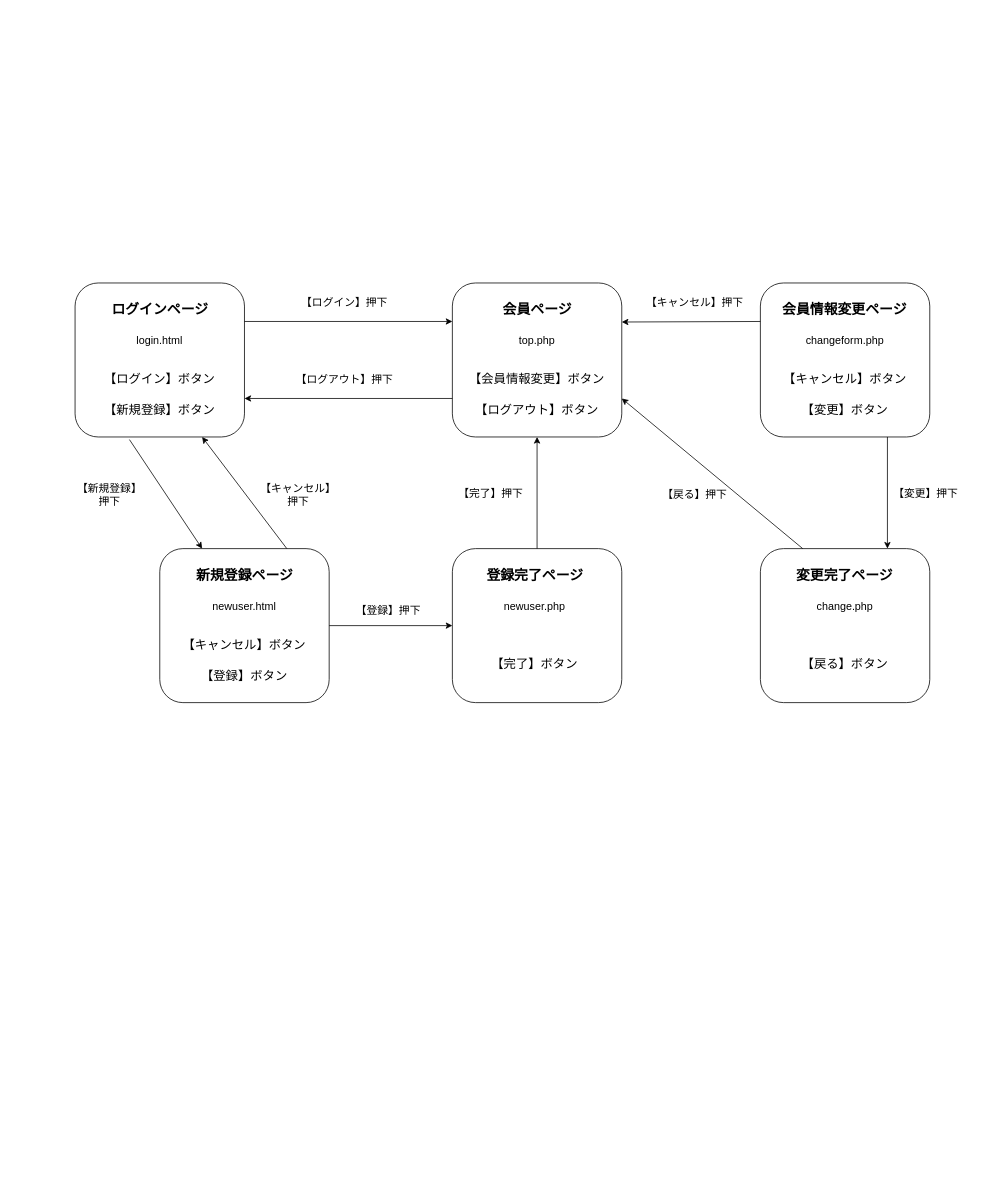
The draw.io diagram 画面遷移図.dio in 0096iori/Ajax, before the edit. Source tidied: cells renumbered, new cells numbered last; positions are measured from the earlier drawing's top-left corner, leaving out a move shared by most shapes. Both pictures are drawn from the tidied source at 77%, with x=0, y=0 at pixel (75, 283).
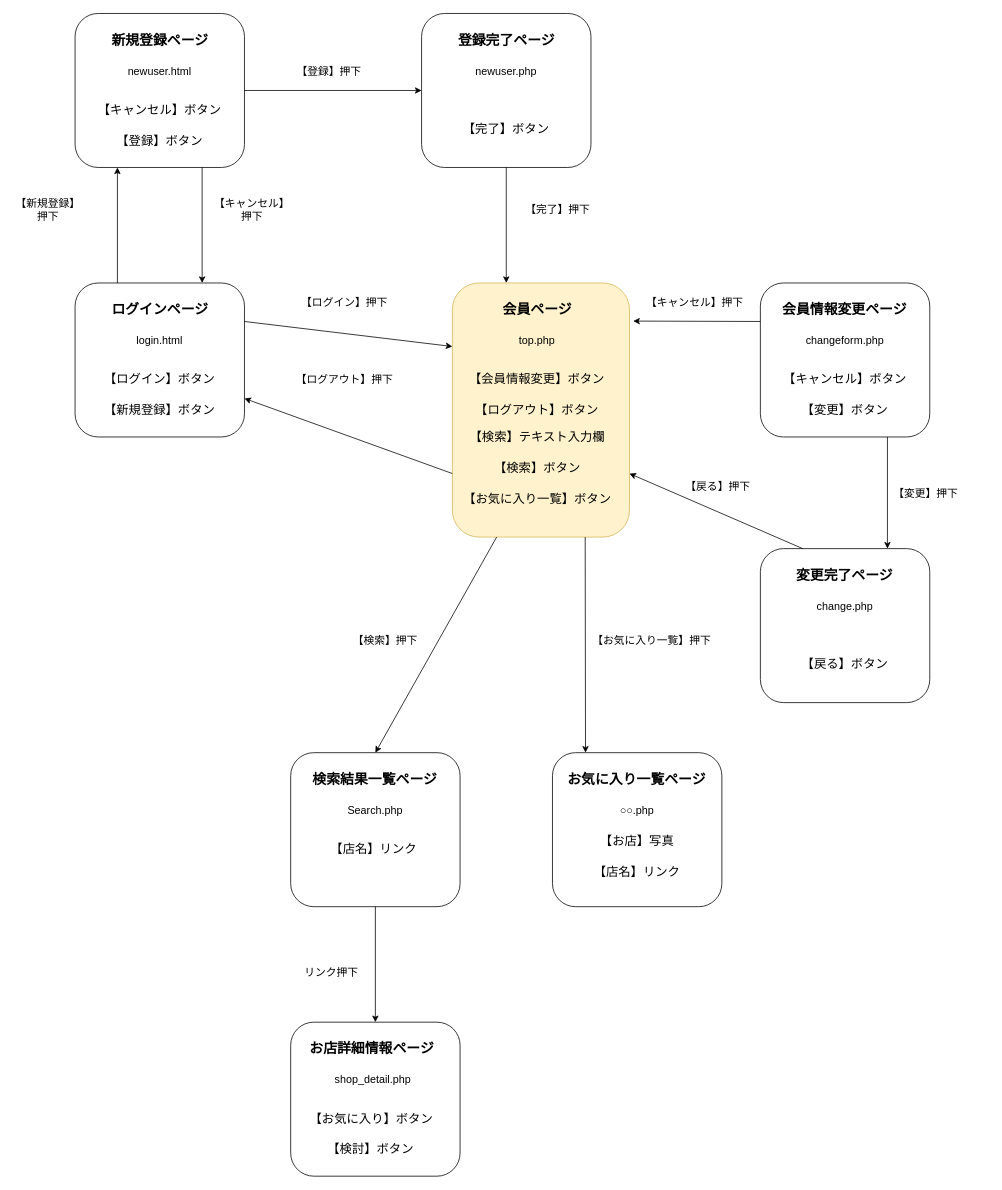
Above is the later version.

Commit message:
updata：画面遷移図

The change refers to these unchanged cells:
```xml
<mxCell id="3" style="group;" parent="2" vertex="1">
  <mxGeometry width="1186" height="545" as="geometry" />
</mxCell>
<mxCell id="13" style="rounded=1;whiteSpace=wrap;html=1;" parent="12" vertex="1">
  <mxGeometry width="220" height="200" as="geometry" />
</mxCell>
<mxCell id="40" style="rounded=1;whiteSpace=wrap;html=1;" parent="39" vertex="1">
  <mxGeometry width="220" height="200" as="geometry" />
</mxCell>
```

What changed in the source:
```diff
@@
+    <mxCell id="56" style="rounded=1;whiteSpace=wrap;html=1;" parent="1" vertex="1">
+      <mxGeometry x="280" y="960" width="220" height="200" as="geometry" />
+    </mxCell>
@@
-    <mxCell id="4" style="rounded=1;whiteSpace=wrap;html=1;" parent="3" vertex="1">
-      <mxGeometry x="490" y="345" width="220" height="200" as="geometry" />
-    </mxCell>
@@
     <mxCell id="6" style="group;" parent="3" vertex="1">
-      <mxGeometry x="490" width="220" height="200" as="geometry" />
+      <mxGeometry x="490" width="230" height="330" as="geometry" />
     </mxCell>
-    <mxCell id="7" style="rounded=1;whiteSpace=wrap;html=1;" parent="6" vertex="1">
-      <mxGeometry width="220" height="200" as="geometry" />
+    <mxCell id="7" style="rounded=1;whiteSpace=wrap;html=1;fillColor=#fff2cc;strokeColor=#d6b656;" parent="6" vertex="1">
+      <mxGeometry width="230" height="330" as="geometry" />
     </mxCell>
@@
+    <mxCell id="57" value="&lt;font style=&quot;font-size: 16px&quot;&gt;【検索】テキスト入力欄&lt;/font&gt;" style="text;html=1;align=center;verticalAlign=middle;strokeColor=none;fillColor=none;" parent="6" vertex="1">
+      <mxGeometry x="15" y="190" width="190" height="20" as="geometry" />
+    </mxCell>
+    <mxCell id="58" value="【検索】ボタン" style="text;html=1;align=center;verticalAlign=middle;strokeColor=none;fillColor=none;fontSize=16;" parent="6" vertex="1">
+      <mxGeometry x="45" y="230" width="130" height="20" as="geometry" />
+    </mxCell>
+    <mxCell id="59" value="【お気に入り一覧】ボタン" style="text;html=1;align=center;verticalAlign=middle;strokeColor=none;fillColor=none;fontSize=16;" parent="6" vertex="1">
+      <mxGeometry x="5" y="270" width="210" height="20" as="geometry" />
+    </mxCell>
@@
-    <mxCell id="18" style="group;" parent="3" vertex="1">
-      <mxGeometry x="110" y="345" width="220" height="200" as="geometry" />
-    </mxCell>
-    <mxCell id="19" style="rounded=1;whiteSpace=wrap;html=1;" parent="18" vertex="1">
-      <mxGeometry width="220" height="200" as="geometry" />
-    </mxCell>
-    <mxCell id="20" value="新規登録ページ" style="text;html=1;strokeColor=none;fillColor=none;align=center;verticalAlign=middle;whiteSpace=wrap;rounded=0;fontStyle=1;fontSize=18;" parent="18" vertex="1">
-      <mxGeometry x="37.5" y="20" width="145" height="30" as="geometry" />
-    </mxCell>
-    <mxCell id="21" value="newuser.html" style="text;html=1;strokeColor=none;fillColor=none;align=center;verticalAlign=middle;whiteSpace=wrap;rounded=0;fontSize=14;" parent="18" vertex="1">
-      <mxGeometry x="50" y="60" width="120" height="30" as="geometry" />
-    </mxCell>
-    <mxCell id="22" value="【キャンセル】ボタン" style="text;html=1;strokeColor=none;fillColor=none;align=center;verticalAlign=middle;whiteSpace=wrap;rounded=0;fontSize=16;" parent="18" vertex="1">
-      <mxGeometry x="20" y="110" width="180" height="30" as="geometry" />
-    </mxCell>
-    <mxCell id="23" value="【登録】ボタン" style="text;html=1;strokeColor=none;fillColor=none;align=center;verticalAlign=middle;whiteSpace=wrap;rounded=0;fontSize=16;" parent="18" vertex="1">
-      <mxGeometry x="20" y="150" width="180" height="30" as="geometry" />
-    </mxCell>
-    <mxCell id="24" value="【新規登録】押下" style="text;html=1;strokeColor=none;fillColor=none;align=center;verticalAlign=middle;whiteSpace=wrap;rounded=0;fontSize=14;" parent="3" vertex="1">
-      <mxGeometry y="260" width="90" height="30" as="geometry" />
-    </mxCell>
-    <mxCell id="25" style="edgeStyle=none;html=1;exitX=0.321;exitY=1.017;exitDx=0;exitDy=0;entryX=0.25;entryY=0;entryDx=0;entryDy=0;fontSize=14;exitPerimeter=0;" parent="3" edge="1" source="13" target="19">
-      <mxGeometry relative="1" as="geometry" />
-    </mxCell>
-    <mxCell id="26" style="group;" parent="3" vertex="1">
-      <mxGeometry x="487" y="345" width="220" height="200" as="geometry" />
-    </mxCell>
-    <mxCell id="27" value="登録完了ページ" style="text;html=1;strokeColor=none;fillColor=none;align=center;verticalAlign=middle;whiteSpace=wrap;rounded=0;fontStyle=1;fontSize=18;" parent="26" vertex="1">
-      <mxGeometry x="37.5" y="20" width="145" height="30" as="geometry" />
-    </mxCell>
-    <mxCell id="28" value="newuser.php" style="text;html=1;strokeColor=none;fillColor=none;align=center;verticalAlign=middle;whiteSpace=wrap;rounded=0;fontSize=14;" parent="26" vertex="1">
-      <mxGeometry x="50" y="60" width="120" height="30" as="geometry" />
-    </mxCell>
-    <mxCell id="29" value="【完了】ボタン" style="text;html=1;strokeColor=none;fillColor=none;align=center;verticalAlign=middle;whiteSpace=wrap;rounded=0;fontSize=16;" parent="26" vertex="1">
-      <mxGeometry x="20" y="135" width="180" height="30" as="geometry" />
-    </mxCell>
-    <mxCell id="30" style="edgeStyle=none;html=1;exitX=1;exitY=0.5;exitDx=0;exitDy=0;entryX=0;entryY=0.5;entryDx=0;entryDy=0;fontSize=14;" parent="3" edge="1" source="19" target="4">
-      <mxGeometry relative="1" as="geometry" />
-    </mxCell>
-    <mxCell id="31" value="【登録】押下" style="text;html=1;strokeColor=none;fillColor=none;align=center;verticalAlign=middle;whiteSpace=wrap;rounded=0;fontSize=14;" parent="3" vertex="1">
-      <mxGeometry x="327" y="410" width="160" height="30" as="geometry" />
-    </mxCell>
-    <mxCell id="32" style="edgeStyle=none;html=1;exitX=0.5;exitY=0;exitDx=0;exitDy=0;entryX=0.5;entryY=1;entryDx=0;entryDy=0;fontSize=14;" parent="3" edge="1" source="4" target="7">
-      <mxGeometry relative="1" as="geometry" />
-    </mxCell>
-    <mxCell id="33" value="【完了】押下" style="text;html=1;strokeColor=none;fillColor=none;align=center;verticalAlign=middle;whiteSpace=wrap;rounded=0;fontSize=14;" parent="3" vertex="1">
-      <mxGeometry x="460" y="257.5" width="160" height="30" as="geometry" />
-    </mxCell>
-    <mxCell id="34" style="edgeStyle=none;html=1;exitX=0.75;exitY=0;exitDx=0;exitDy=0;entryX=0.75;entryY=1;entryDx=0;entryDy=0;fontSize=14;" parent="3" edge="1" source="19" target="13">
-      <mxGeometry relative="1" as="geometry" />
-    </mxCell>
-    <mxCell id="35" value="【キャンセル】押下" style="text;html=1;strokeColor=none;fillColor=none;align=center;verticalAlign=middle;whiteSpace=wrap;rounded=0;fontSize=14;" parent="3" vertex="1">
-      <mxGeometry x="240" y="260" width="100" height="30" as="geometry" />
-    </mxCell>
@@
-    <mxCell id="45" style="edgeStyle=none;html=1;exitX=0;exitY=0.25;exitDx=0;exitDy=0;" parent="3" edge="1" source="40">
-      <mxGeometry relative="1" as="geometry">
-        <mxPoint x="710" y="50.7" as="targetPoint" />
-      </mxGeometry>
+    <mxCell id="45" style="edgeStyle=none;html=1;exitX=0;exitY=0.25;exitDx=0;exitDy=0;entryX=1.021;entryY=0.15;entryDx=0;entryDy=0;entryPerimeter=0;" parent="3" edge="1" source="40" target="7">
+      <mxGeometry relative="1" as="geometry" />
     </mxCell>
@@
     <mxCell id="54" value="【戻る】押下" style="text;html=1;strokeColor=none;fillColor=none;align=center;verticalAlign=middle;whiteSpace=wrap;rounded=0;fontSize=14;" parent="3" vertex="1">
-      <mxGeometry x="740" y="260" width="130" height="30" as="geometry" />
+      <mxGeometry x="770" y="250" width="130" height="30" as="geometry" />
     </mxCell>
@@
+    <mxCell id="60" style="group;" parent="3" vertex="1">
+      <mxGeometry x="280" y="610" width="220" height="200" as="geometry" />
+    </mxCell>
+    <mxCell id="61" style="rounded=1;whiteSpace=wrap;html=1;" parent="60" vertex="1">
+      <mxGeometry width="220" height="200" as="geometry" />
+    </mxCell>
+    <mxCell id="62" value="検索結果一覧ページ" style="text;html=1;strokeColor=none;fillColor=none;align=center;verticalAlign=middle;whiteSpace=wrap;rounded=0;fontStyle=1;fontSize=18;" parent="60" vertex="1">
+      <mxGeometry x="17.5" y="20" width="182.5" height="30" as="geometry" />
+    </mxCell>
+    <mxCell id="63" value="Search.php" style="text;html=1;strokeColor=none;fillColor=none;align=center;verticalAlign=middle;whiteSpace=wrap;rounded=0;fontSize=14;" parent="60" vertex="1">
+      <mxGeometry x="50" y="60" width="120" height="30" as="geometry" />
+    </mxCell>
+    <mxCell id="64" value="【店名】リンク" style="text;html=1;strokeColor=none;fillColor=none;align=center;verticalAlign=middle;whiteSpace=wrap;rounded=0;fontSize=16;" parent="60" vertex="1">
+      <mxGeometry x="17.5" y="110" width="180" height="30" as="geometry" />
+    </mxCell>
+    <mxCell id="65" style="edgeStyle=none;html=1;exitX=0.25;exitY=1;exitDx=0;exitDy=0;entryX=0.5;entryY=0;entryDx=0;entryDy=0;fontSize=16;" parent="3" edge="1" source="7" target="61">
+      <mxGeometry relative="1" as="geometry" />
+    </mxCell>
+    <mxCell id="66" value="【検索】押下" style="text;html=1;strokeColor=none;fillColor=none;align=center;verticalAlign=middle;whiteSpace=wrap;rounded=0;fontSize=14;" parent="3" vertex="1">
+      <mxGeometry x="350" y="450" width="106" height="30" as="geometry" />
+    </mxCell>
+    <mxCell id="67" value="【お気に入り一覧】押下" style="text;html=1;strokeColor=none;fillColor=none;align=center;verticalAlign=middle;whiteSpace=wrap;rounded=0;fontSize=14;" parent="3" vertex="1">
+      <mxGeometry x="670" y="450" width="158" height="30" as="geometry" />
+    </mxCell>
+    <mxCell id="19" style="rounded=1;whiteSpace=wrap;html=1;" parent="1" vertex="1">
+      <mxGeometry y="-350" width="220" height="200" as="geometry" />
+    </mxCell>
+    <mxCell id="30" style="edgeStyle=none;html=1;exitX=1;exitY=0.5;exitDx=0;exitDy=0;entryX=0;entryY=0.5;entryDx=0;entryDy=0;fontSize=14;" parent="1" edge="1" source="19" target="4">
+      <mxGeometry relative="1" as="geometry" />
+    </mxCell>
+    <mxCell id="34" style="edgeStyle=none;html=1;exitX=0.75;exitY=1;exitDx=0;exitDy=0;entryX=0.75;entryY=0;entryDx=0;entryDy=0;fontSize=14;" parent="1" edge="1" source="19" target="13">
+      <mxGeometry relative="1" as="geometry" />
+    </mxCell>
+    <mxCell id="20" value="新規登録ページ" style="text;html=1;strokeColor=none;fillColor=none;align=center;verticalAlign=middle;whiteSpace=wrap;rounded=0;fontStyle=1;fontSize=18;" parent="1" vertex="1">
+      <mxGeometry x="37.5" y="-330" width="145" height="30" as="geometry" />
+    </mxCell>
+    <mxCell id="21" value="newuser.html" style="text;html=1;strokeColor=none;fillColor=none;align=center;verticalAlign=middle;whiteSpace=wrap;rounded=0;fontSize=14;" parent="1" vertex="1">
+      <mxGeometry x="50" y="-290" width="120" height="30" as="geometry" />
+    </mxCell>
+    <mxCell id="22" value="【キャンセル】ボタン" style="text;html=1;strokeColor=none;fillColor=none;align=center;verticalAlign=middle;whiteSpace=wrap;rounded=0;fontSize=16;" parent="1" vertex="1">
+      <mxGeometry x="20" y="-240" width="180" height="30" as="geometry" />
+    </mxCell>
+    <mxCell id="23" value="【登録】ボタン" style="text;html=1;strokeColor=none;fillColor=none;align=center;verticalAlign=middle;whiteSpace=wrap;rounded=0;fontSize=16;" parent="1" vertex="1">
+      <mxGeometry x="20" y="-200" width="180" height="30" as="geometry" />
+    </mxCell>
+    <mxCell id="4" style="rounded=1;whiteSpace=wrap;html=1;" parent="1" vertex="1">
+      <mxGeometry x="450" y="-350" width="220" height="200" as="geometry" />
+    </mxCell>
+    <mxCell id="32" style="edgeStyle=none;html=1;fontSize=14;" parent="1" edge="1" source="4">
+      <mxGeometry relative="1" as="geometry">
+        <mxPoint x="560" as="targetPoint" />
+      </mxGeometry>
+    </mxCell>
+    <mxCell id="26" style="group;" parent="1" vertex="1">
+      <mxGeometry x="450" y="-350" width="220" height="200" as="geometry" />
+    </mxCell>
+    <mxCell id="27" value="登録完了ページ" style="text;html=1;strokeColor=none;fillColor=none;align=center;verticalAlign=middle;whiteSpace=wrap;rounded=0;fontStyle=1;fontSize=18;" parent="26" vertex="1">
+      <mxGeometry x="37.5" y="20" width="145" height="30" as="geometry" />
+    </mxCell>
+    <mxCell id="28" value="newuser.php" style="text;html=1;strokeColor=none;fillColor=none;align=center;verticalAlign=middle;whiteSpace=wrap;rounded=0;fontSize=14;" parent="26" vertex="1">
+      <mxGeometry x="50" y="60" width="120" height="30" as="geometry" />
+    </mxCell>
+    <mxCell id="29" value="【完了】ボタン" style="text;html=1;strokeColor=none;fillColor=none;align=center;verticalAlign=middle;whiteSpace=wrap;rounded=0;fontSize=16;" parent="26" vertex="1">
+      <mxGeometry x="20" y="135" width="180" height="30" as="geometry" />
+    </mxCell>
+    <mxCell id="25" style="edgeStyle=none;html=1;exitX=0.25;exitY=0;exitDx=0;exitDy=0;entryX=0.25;entryY=1;entryDx=0;entryDy=0;" parent="1" edge="1" source="13" target="19">
+      <mxGeometry relative="1" as="geometry" />
+    </mxCell>
+    <mxCell id="35" value="【キャンセル】押下" style="text;html=1;strokeColor=none;fillColor=none;align=center;verticalAlign=middle;whiteSpace=wrap;rounded=0;fontSize=14;" parent="1" vertex="1">
+      <mxGeometry x="180" y="-110" width="100" height="30" as="geometry" />
+    </mxCell>
+    <mxCell id="24" value="【新規登録】押下" style="text;html=1;strokeColor=none;fillColor=none;align=center;verticalAlign=middle;whiteSpace=wrap;rounded=0;fontSize=14;" parent="1" vertex="1">
+      <mxGeometry x="-80" y="-110" width="90" height="30" as="geometry" />
+    </mxCell>
+    <mxCell id="31" value="【登録】押下" style="text;html=1;strokeColor=none;fillColor=none;align=center;verticalAlign=middle;whiteSpace=wrap;rounded=0;fontSize=14;" parent="1" vertex="1">
+      <mxGeometry x="250" y="-290" width="160" height="30" as="geometry" />
+    </mxCell>
+    <mxCell id="33" value="【完了】押下" style="text;html=1;strokeColor=none;fillColor=none;align=center;verticalAlign=middle;whiteSpace=wrap;rounded=0;fontSize=14;" parent="1" vertex="1">
+      <mxGeometry x="547" y="-110" width="160" height="30" as="geometry" />
+    </mxCell>
+    <mxCell id="68" style="group;" parent="1" vertex="1">
+      <mxGeometry x="620" y="610" width="220" height="200" as="geometry" />
+    </mxCell>
+    <mxCell id="69" style="rounded=1;whiteSpace=wrap;html=1;" parent="68" vertex="1">
+      <mxGeometry width="220" height="200" as="geometry" />
+    </mxCell>
+    <mxCell id="70" value="お気に入り一覧ページ" style="text;html=1;strokeColor=none;fillColor=none;align=center;verticalAlign=middle;whiteSpace=wrap;rounded=0;fontStyle=1;fontSize=18;" parent="68" vertex="1">
+      <mxGeometry x="17.5" y="20" width="182.5" height="30" as="geometry" />
+    </mxCell>
+    <mxCell id="71" value="○○.php" style="text;html=1;strokeColor=none;fillColor=none;align=center;verticalAlign=middle;whiteSpace=wrap;rounded=0;fontSize=14;" parent="68" vertex="1">
+      <mxGeometry x="50" y="60" width="120" height="30" as="geometry" />
+    </mxCell>
+    <mxCell id="72" value="【お店】写真" style="text;html=1;strokeColor=none;fillColor=none;align=center;verticalAlign=middle;whiteSpace=wrap;rounded=0;fontSize=16;" parent="68" vertex="1">
+      <mxGeometry x="20" y="100" width="180" height="30" as="geometry" />
+    </mxCell>
+    <mxCell id="73" value="【店名】リンク" style="text;html=1;strokeColor=none;fillColor=none;align=center;verticalAlign=middle;whiteSpace=wrap;rounded=0;fontSize=16;" parent="68" vertex="1">
+      <mxGeometry x="20" y="140" width="180" height="30" as="geometry" />
+    </mxCell>
+    <mxCell id="74" style="edgeStyle=none;html=1;exitX=0.75;exitY=1;exitDx=0;exitDy=0;entryX=0.195;entryY=0;entryDx=0;entryDy=0;entryPerimeter=0;fontSize=16;" parent="1" edge="1" source="7" target="69">
+      <mxGeometry relative="1" as="geometry" />
+    </mxCell>
+    <mxCell id="75" value="お店詳細情報ページ" style="text;html=1;strokeColor=none;fillColor=none;align=center;verticalAlign=middle;whiteSpace=wrap;rounded=0;fontStyle=1;fontSize=18;" parent="1" vertex="1">
+      <mxGeometry x="294" y="980" width="182.5" height="30" as="geometry" />
+    </mxCell>
+    <mxCell id="76" value="shop_detail.php" style="text;html=1;strokeColor=none;fillColor=none;align=center;verticalAlign=middle;whiteSpace=wrap;rounded=0;fontSize=14;" parent="1" vertex="1">
+      <mxGeometry x="326.5" y="1020" width="120" height="30" as="geometry" />
+    </mxCell>
+    <mxCell id="77" value="【お気に入り】ボタン" style="text;html=1;strokeColor=none;fillColor=none;align=center;verticalAlign=middle;whiteSpace=wrap;rounded=0;fontSize=16;" parent="1" vertex="1">
+      <mxGeometry x="295.2" y="1070" width="180" height="30" as="geometry" />
+    </mxCell>
+    <mxCell id="78" style="edgeStyle=none;html=1;exitX=0.5;exitY=1;exitDx=0;exitDy=0;entryX=0.5;entryY=0;entryDx=0;entryDy=0;fontSize=16;" parent="1" edge="1" source="61" target="56">
+      <mxGeometry relative="1" as="geometry" />
+    </mxCell>
+    <mxCell id="79" value="リンク押下" style="text;html=1;strokeColor=none;fillColor=none;align=center;verticalAlign=middle;whiteSpace=wrap;rounded=0;fontSize=14;" parent="1" vertex="1">
+      <mxGeometry x="280" y="880" width="106" height="30" as="geometry" />
+    </mxCell>
+    <mxCell id="80" value="【検討】ボタン" style="text;html=1;strokeColor=none;fillColor=none;align=center;verticalAlign=middle;whiteSpace=wrap;rounded=0;fontSize=16;" parent="1" vertex="1">
+      <mxGeometry x="294" y="1110" width="180" height="30" as="geometry" />
+    </mxCell>
```
